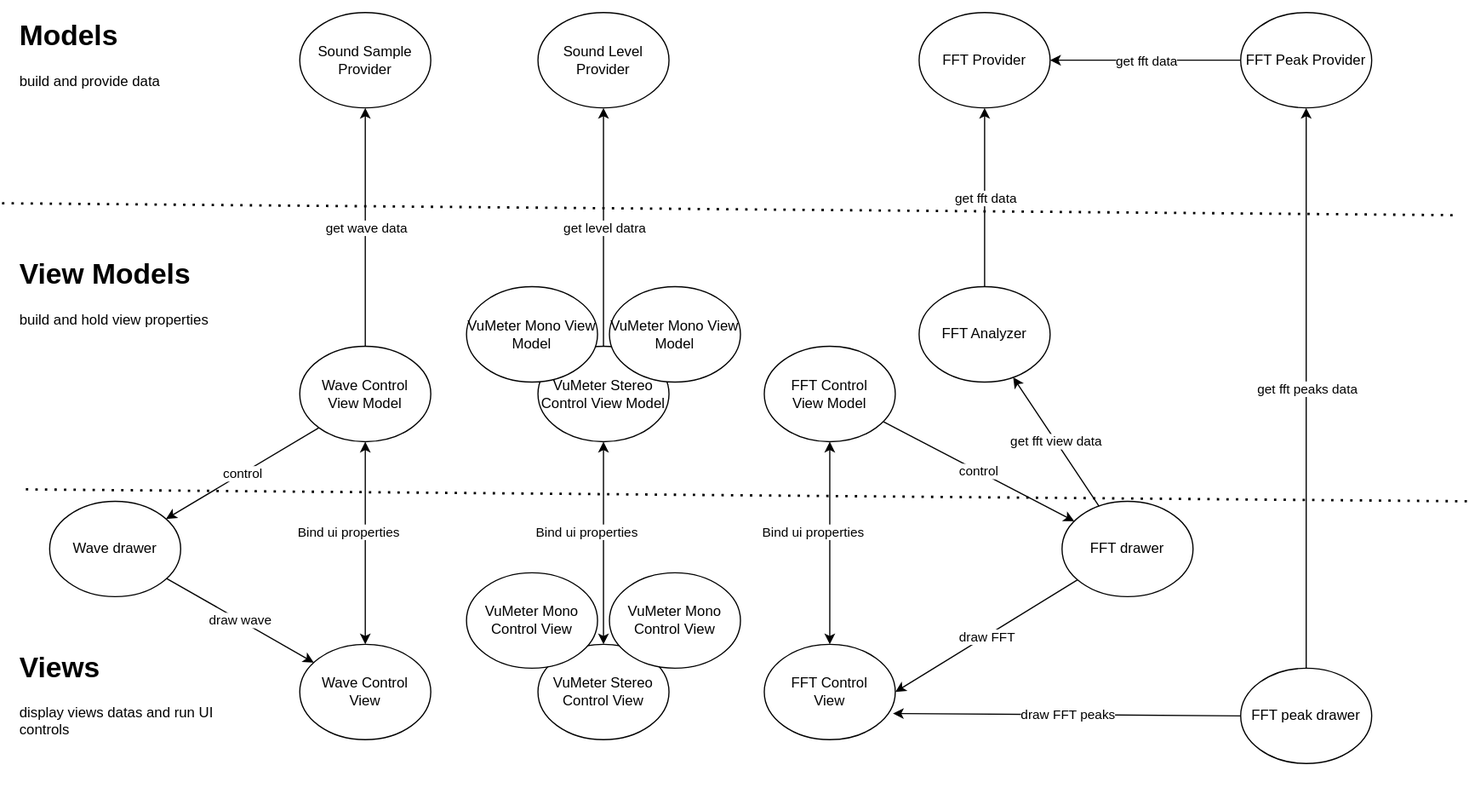
franck-gaspoz/WindowsAudioSessionSample keeps this draw.io diagram as Doc/Untitled Diagram.drawio.svg. Above is the earlier version. Source tidied: cells renumbered, new cells last; positions are measured from the earlier drawing's top-left corner, leaving out a move shared by most shapes.
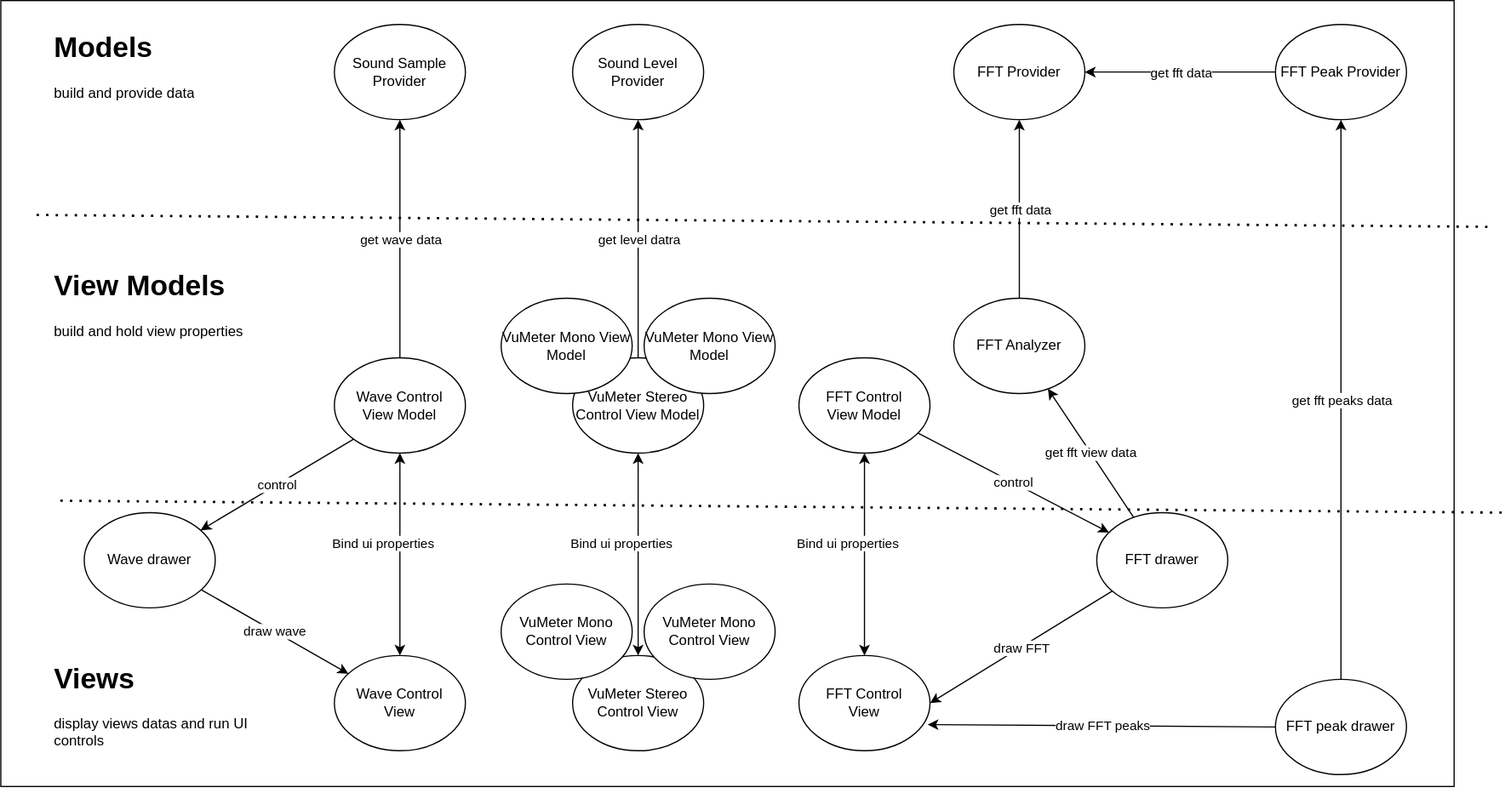
After the change.

Change to the diagram source:
```diff
@@ -2,6 +2,9 @@
   <root>
     <mxCell id="0" />
     <mxCell id="1" parent="0" />
+    <mxCell id="53" style="rounded=0;whiteSpace=wrap;html=1;" parent="1" vertex="1">
+      <mxGeometry x="-30" y="-20" width="1220" height="660" as="geometry" />
+    </mxCell>
     <mxCell id="2" value="FFT Provider&lt;br&gt;" style="ellipse;whiteSpace=wrap;html=1;" parent="1" vertex="1">
       <mxGeometry x="770" width="110" height="80" as="geometry" />
     </mxCell>
```
